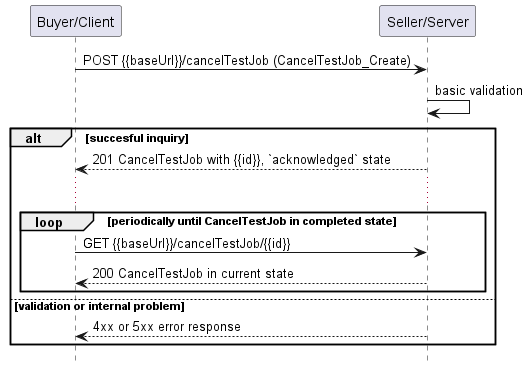
Before: documentation/serviceApi/sft/serviceTest/media/useCase13Polling.png, a diagram exported from PlantUML (MEF-GIT/MEF-LSO-Legato-SDK).
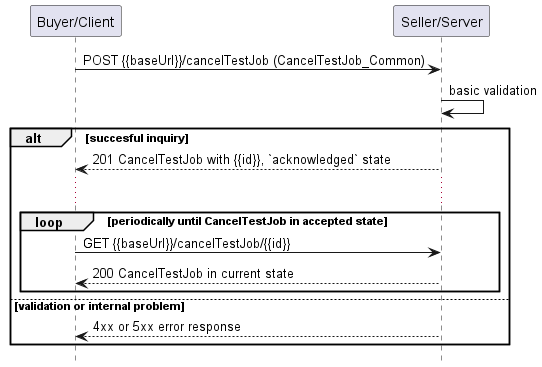
The same diagram one commit later.

Change to the diagram source:
```diff
@@ -5,7 +5,7 @@
 participant "Seller/Server" as S
 
 
-B -> S : POST {{baseUrl}}/cancelTestJob (CancelTestJob_Create)
+B -> S : POST {{baseUrl}}/cancelTestJob (CancelTestJob_Common)
 S -> S : basic validation
 
 alt succesful inquiry
@@ -13,7 +13,7 @@
 
   ...
 
-  loop periodically until CancelTestJob in completed state
+  loop periodically until CancelTestJob in accepted state
       B -> S :   GET {{baseUrl}}/cancelTestJob/{{id}}
       return 200 CancelTestJob in current state
   end
```
